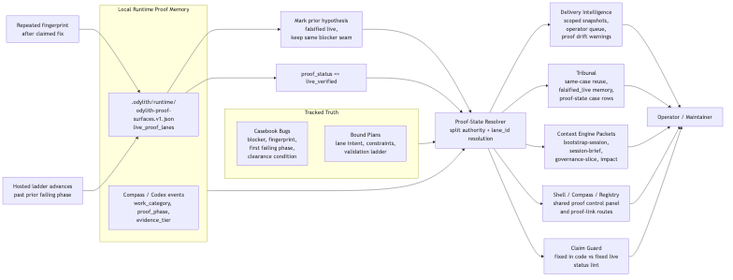
This is odylith/atlas/source/odylith-live-proof-state-control-plane.png from odylith/odylith, a Mermaid export, as it was before one commit. Its source is kept beside it as odylith/atlas/source/odylith-live-proof-state-control-plane.mmd. Its diagram source:
```mermaid
flowchart LR
  subgraph Truth["Tracked Truth"]
    Bugs["Casebook Bugs<br/>blocker, fingerprint,<br/>first failing phase,<br/>clearance condition"]
    Plans["Bound Plans<br/>lane intent, constraints,<br/>validation ladder"]
  end

  subgraph Runtime["Local Runtime Proof Memory"]
    Ledger[".odylith/runtime/<br/>odylith-proof-surfaces.v1.json<br/>live_proof_lanes"]
    Events["Compass / Codex events<br/>work_category, proof_phase,<br/>evidence_tier"]
  end

  Resolver["Proof-State Resolver<br/>split authority + lane_id resolution"]

  Truth --> Resolver
  Runtime --> Resolver

  Resolver --> Delivery["Delivery Intelligence<br/>scoped snapshots,<br/>operator queue,<br/>proof drift warnings"]
  Resolver --> Tribunal["Tribunal<br/>same-case reuse,<br/>falsified_live memory,<br/>proof-state case rows"]
  Resolver --> Packets["Context Engine Packets<br/>bootstrap-session,<br/>session-brief,<br/>governance-slice, impact"]
  Resolver --> Surfaces["Shell / Compass / Registry<br/>shared proof control panel<br/>and proof-link routes"]
  Resolver --> Chatter["Claim Guard<br/>fixed in code vs fixed live<br/>status lint"]

  Delivery --> Operator["Operator / Maintainer"]
  Tribunal --> Operator
  Packets --> Operator
  Surfaces --> Operator
  Chatter --> Operator

  Repeat["Repeated fingerprint<br/>after claimed fix"] --> Ledger
  Ledger --> Falsify["Mark prior hypothesis<br/>falsified live,<br/>keep same blocker seam"]
  Falsify --> Resolver

  Frontier["Hosted ladder advances<br/>past prior failing phase"] --> Ledger
  Ledger --> Clear["proof_status => live_verified"]
  Clear --> Resolver
```
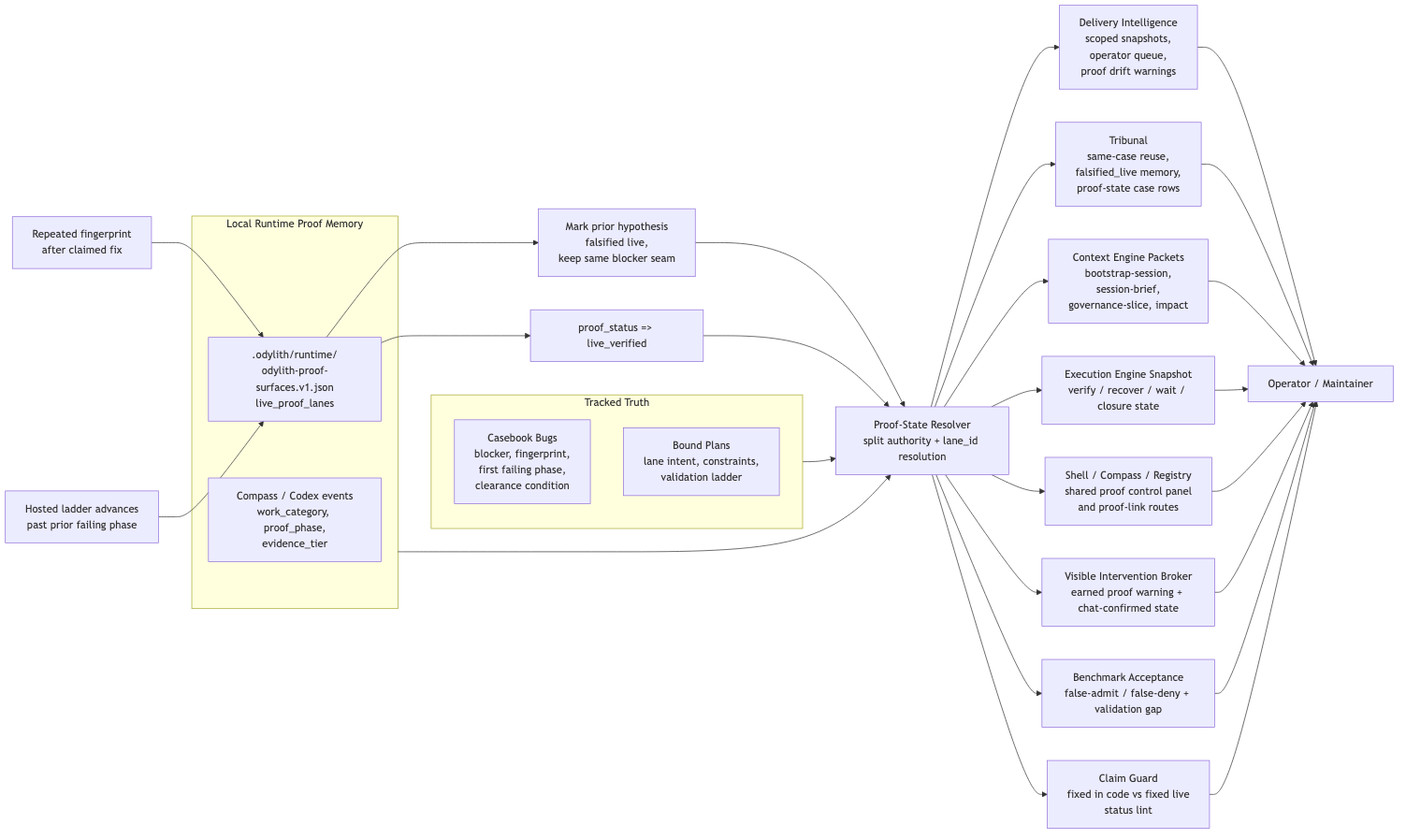
The same diagram one commit later.

The edit, as a diff of the source:
```diff
@@ -17,13 +17,19 @@
   Resolver --> Delivery["Delivery Intelligence<br/>scoped snapshots,<br/>operator queue,<br/>proof drift warnings"]
   Resolver --> Tribunal["Tribunal<br/>same-case reuse,<br/>falsified_live memory,<br/>proof-state case rows"]
   Resolver --> Packets["Context Engine Packets<br/>bootstrap-session,<br/>session-brief,<br/>governance-slice, impact"]
+  Resolver --> Execution["Execution Engine Snapshot<br/>verify / recover / wait / closure state"]
   Resolver --> Surfaces["Shell / Compass / Registry<br/>shared proof control panel<br/>and proof-link routes"]
+  Resolver --> Intervention["Visible Intervention Broker<br/>earned proof warning + chat-confirmed state"]
+  Resolver --> Benchmark["Benchmark Acceptance<br/>false-admit / false-deny + validation gap"]
   Resolver --> Chatter["Claim Guard<br/>fixed in code vs fixed live<br/>status lint"]
 
   Delivery --> Operator["Operator / Maintainer"]
   Tribunal --> Operator
   Packets --> Operator
+  Execution --> Operator
   Surfaces --> Operator
+  Intervention --> Operator
+  Benchmark --> Operator
   Chatter --> Operator
 
   Repeat["Repeated fingerprint<br/>after claimed fix"] --> Ledger
```
